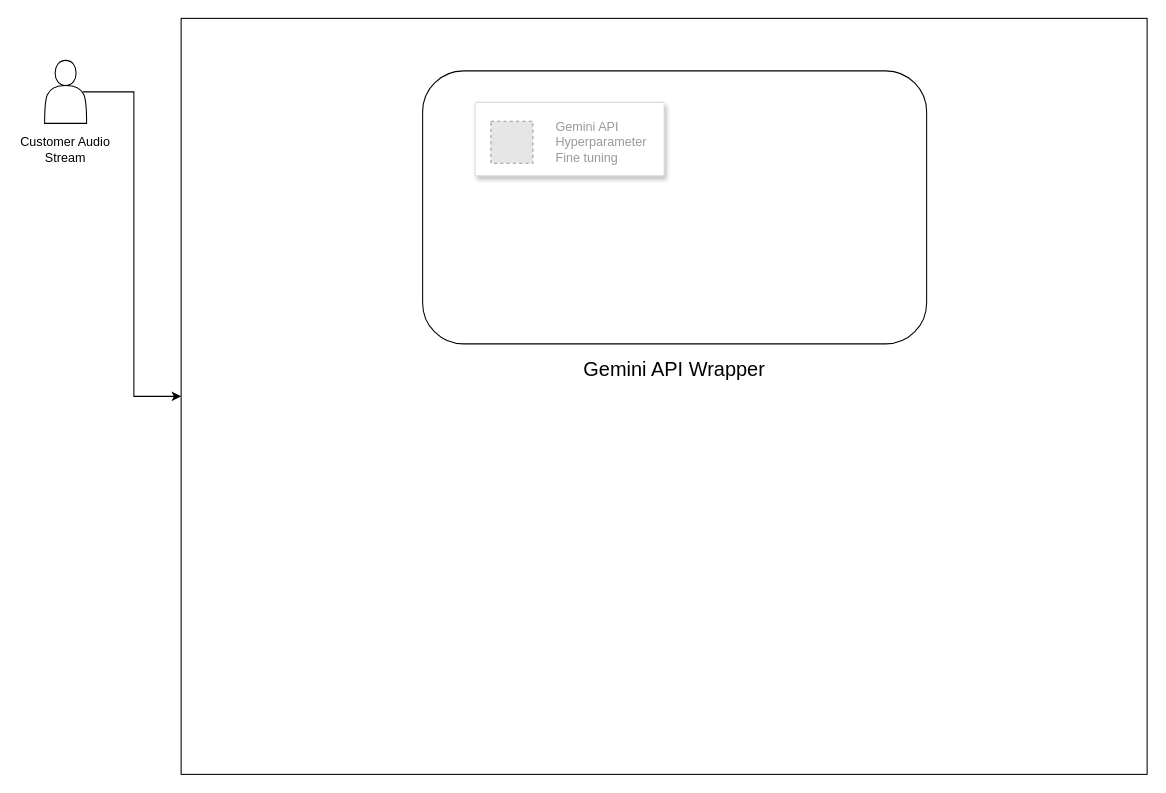
The draw.io diagram Untitled Diagram.drawio in KanishkJagya1/Text-Editor, before the edit. Source tidied: cells renumbered, new cells numbered last; positions are measured from the earlier drawing's top-left corner, leaving out a move shared by most shapes. Both pictures are drawn from the tidied source at 105%, with x=0, y=0 at pixel (18, 18). Pictures stored in the file or linked from it are replaced by grey dashed boxes.
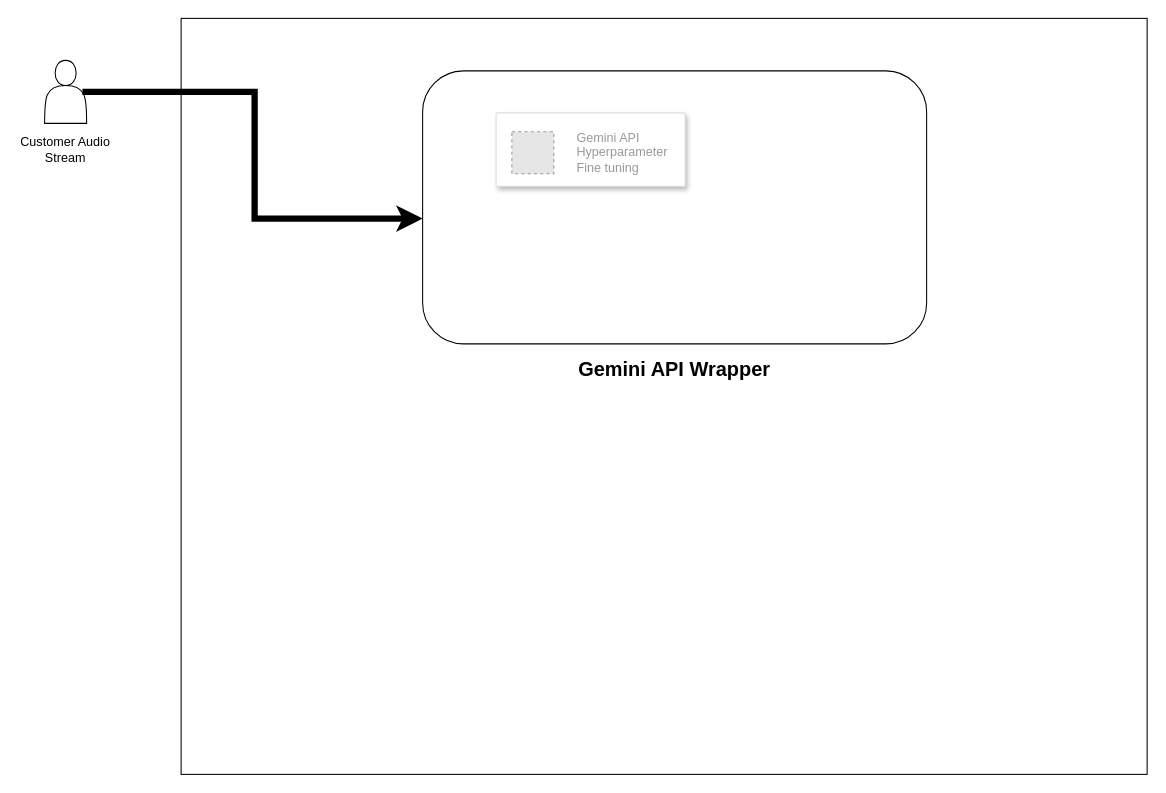
Above is the later version.

What changed in the source:
```diff
@@
 <mxGraphModel>
   <root>
     <mxCell id="0" />
     <mxCell id="1" parent="0" />
-    <mxCell id="2" style="edgeStyle=orthogonalEdgeStyle;rounded=0;jettySize=auto;html=1;exitX=0.9;exitY=0.5;exitDx=0;exitDy=0;exitPerimeter=0;entryX=0;entryY=0.5;entryDx=0;entryDy=0;" parent="1" edge="1" source="3" target="4">
-      <mxGeometry relative="1" as="geometry" />
-    </mxCell>
     <mxCell id="3" style="shape=actor;whiteSpace=wrap;html=1;" parent="1" vertex="1">
       <mxGeometry x="25" y="40" width="40" height="60" as="geometry" />
     </mxCell>
     <mxCell id="4" style="rounded=0;whiteSpace=wrap;html=1;" parent="1" vertex="1">
       <mxGeometry x="155" width="920" height="720" as="geometry" />
     </mxCell>
     <mxCell id="5" value="Customer Audio Stream" style="text;html=1;align=center;verticalAlign=middle;whiteSpace=wrap;rounded=0;" parent="1" vertex="1">
       <mxGeometry y="110" width="90" height="30" as="geometry" />
     </mxCell>
     <mxCell id="6" style="rounded=1;whiteSpace=wrap;html=1;" parent="1" vertex="1">
       <mxGeometry x="385" y="50" width="480" height="260" as="geometry" />
     </mxCell>
     <mxCell id="7" style="strokeColor=#dddddd;shadow=1;strokeWidth=1;rounded=1;absoluteArcSize=1;arcSize=2;" parent="1" vertex="1">
-      <mxGeometry x="435" y="80" width="180" height="70" as="geometry" />
+      <mxGeometry x="455" y="90" width="180" height="70" as="geometry" />
     </mxCell>
     <mxCell id="8" value="Gemini API&lt;div&gt;Hyperparameter&lt;/div&gt;&lt;div&gt;Fine tuning&lt;/div&gt;" style="fillColor=#E6E6E6;strokeColor=#999999;dashed=1;html=1;fontColor=#999999;verticalLabelPosition=middle;verticalAlign=middle;labelPosition=right;align=left;spacingLeft=20;" parent="7" vertex="1">
       <mxGeometry width="40" height="40" relative="1" as="geometry">
         <mxPoint x="15" y="18" as="offset" />
       </mxGeometry>
     </mxCell>
+    <mxCell id="2" style="edgeStyle=orthogonalEdgeStyle;rounded=0;jettySize=auto;html=1;exitX=0.9;exitY=0.5;exitDx=0;exitDy=0;exitPerimeter=0;entryX=0;entryY=0.541;entryDx=0;entryDy=0;entryPerimeter=0;strokeWidth=6;" parent="1" edge="1" source="3" target="6">
+      <mxGeometry relative="1" as="geometry" />
+    </mxCell>
-    <mxCell id="9" value="&lt;font style=&quot;font-size: 19px;&quot;&gt;Gemini API Wrapper&lt;/font&gt;" style="text;html=1;align=center;verticalAlign=middle;whiteSpace=wrap;rounded=0;" parent="1" vertex="1">
-      <mxGeometry x="535" y="320" width="180" height="30" as="geometry" />
+    <mxCell id="9" value="&lt;font style=&quot;font-size: 19px;&quot;&gt;&lt;b&gt;Gemini API Wrapper&lt;/b&gt;&lt;/font&gt;" style="text;html=1;align=center;verticalAlign=middle;whiteSpace=wrap;rounded=0;" parent="1" vertex="1">
+      <mxGeometry x="515" y="320" width="220" height="30" as="geometry" />
     </mxCell>
   </root>
 </mxGraphModel>
```
